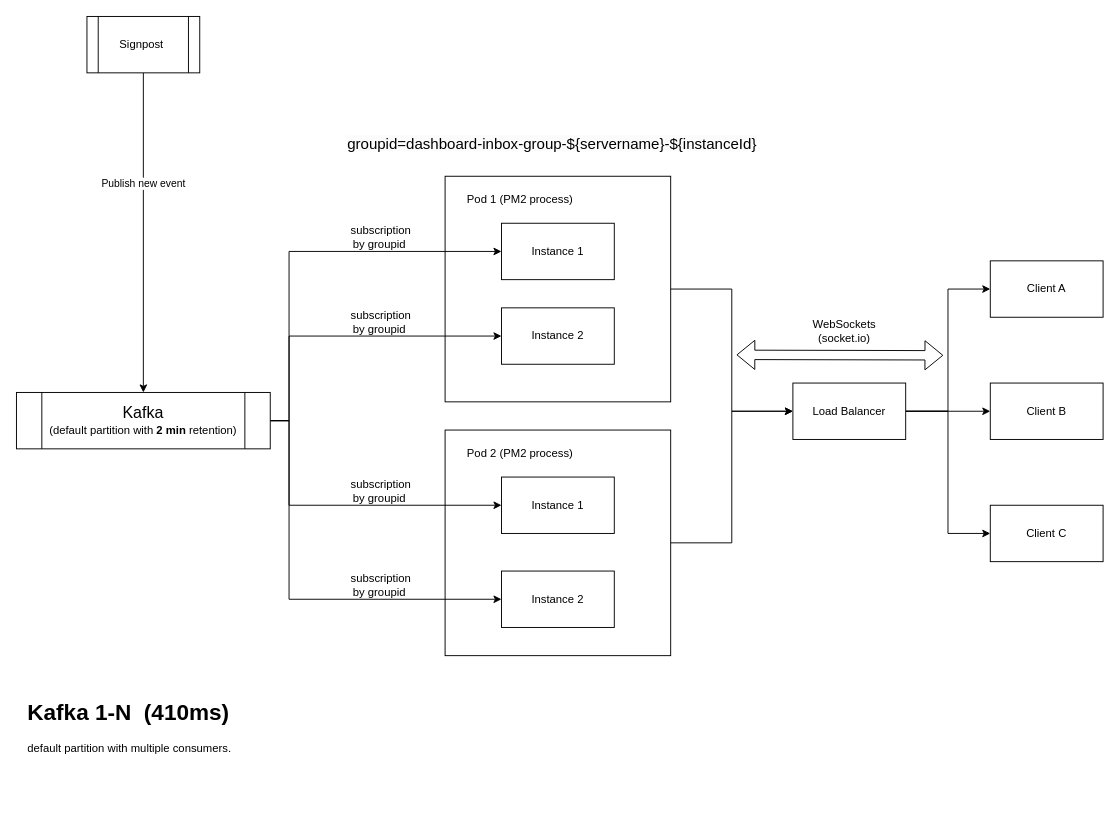
This is page "Kafka 1-n" (2 of 5) of hppd-Inbox.drawio from half-6/workflow, a draw.io file, before an edit. Source tidied: cells renumbered, new cells numbered last; positions are measured from the earlier drawing's top-left corner, leaving out a move shared by most shapes. Both pictures are drawn from the tidied source at 94%, with x=0, y=0 at pixel (16, 16).
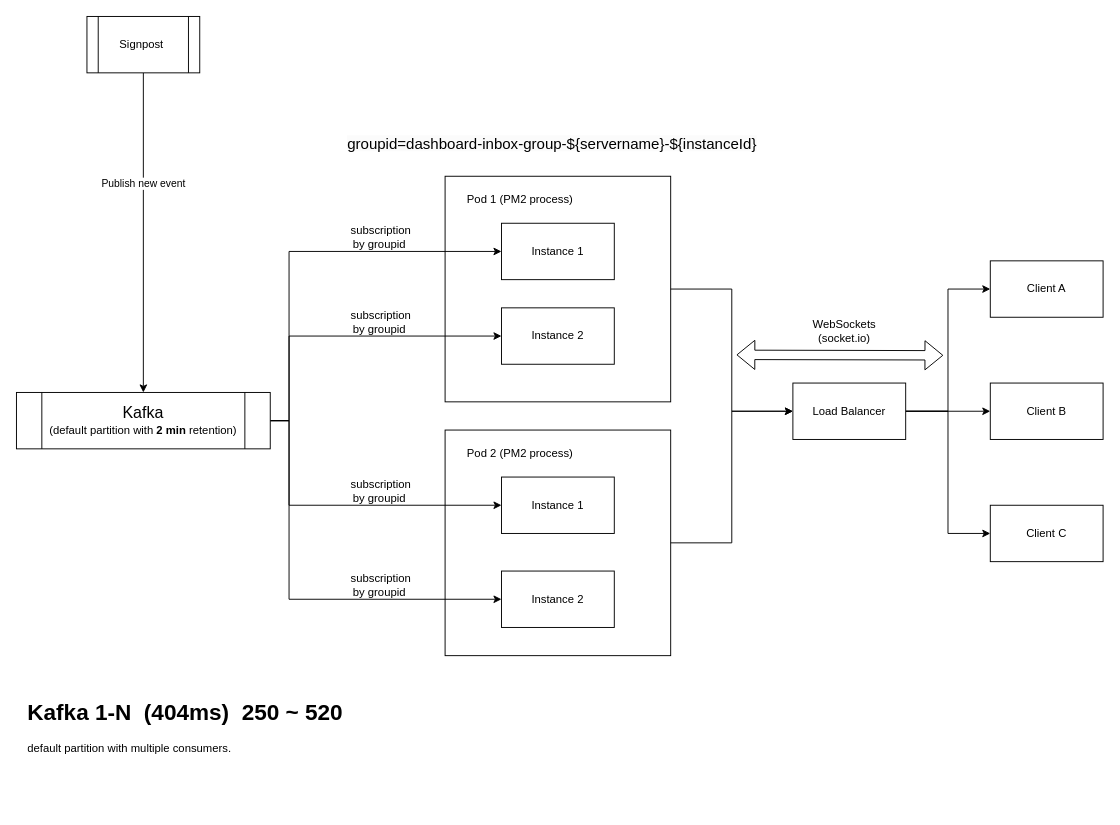
After the change.

The edit, as a diff of the source:
```diff
@@
-    <mxCell id="36" value="&lt;h1 style=&quot;margin-top: 0px;&quot;&gt;Kafka 1-N&amp;nbsp; (410ms)&amp;nbsp;&amp;nbsp;&lt;/h1&gt;&lt;p&gt;default partition with multiple consumers.&amp;nbsp; &amp;nbsp;&lt;/p&gt;" style="text;html=1;whiteSpace=wrap;overflow=hidden;rounded=0;" parent="1" vertex="1">
+    <mxCell id="36" value="&lt;h1 style=&quot;margin-top: 0px;&quot;&gt;Kafka 1-N&amp;nbsp; (404ms)&amp;nbsp; 250 ~ 520&lt;/h1&gt;&lt;p&gt;default partition with multiple consumers.&amp;nbsp; &amp;nbsp;&lt;/p&gt;" style="text;html=1;whiteSpace=wrap;overflow=hidden;rounded=0;" parent="1" vertex="1">
       <mxGeometry x="10" y="720" width="650" height="120" as="geometry" />
     </mxCell>
```
